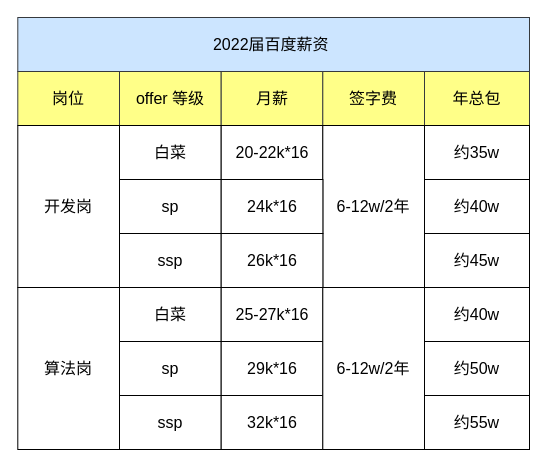
The draw.io diagram 杂/百度.drawio in xiaolincoder/ImageHost4, before the edit. Source tidied: cells renumbered, new cells numbered last; positions are measured from the earlier drawing's top-left corner, leaving out a move shared by most shapes. Both pictures are drawn from the tidied source at 100%, with x=0, y=0 at pixel (17, 17).
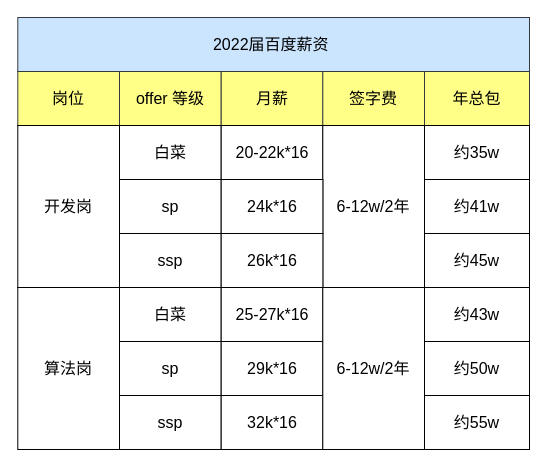
Above is the later version.

Change to the diagram source:
```diff
@@
-    <mxCell id="25" value="约40w" style="rounded=0;whiteSpace=wrap;html=1;fontSize=16;" parent="1" vertex="1">
+    <mxCell id="25" value="约41w" style="rounded=0;whiteSpace=wrap;html=1;fontSize=16;" parent="1" vertex="1">
       <mxGeometry x="407" y="162" width="105" height="54" as="geometry" />
     </mxCell>
@@
-    <mxCell id="27" value="约40w" style="rounded=0;whiteSpace=wrap;html=1;fontSize=16;" parent="1" vertex="1">
+    <mxCell id="27" value="约43w" style="rounded=0;whiteSpace=wrap;html=1;fontSize=16;" parent="1" vertex="1">
       <mxGeometry x="407" y="270" width="105" height="54" as="geometry" />
     </mxCell>
```
